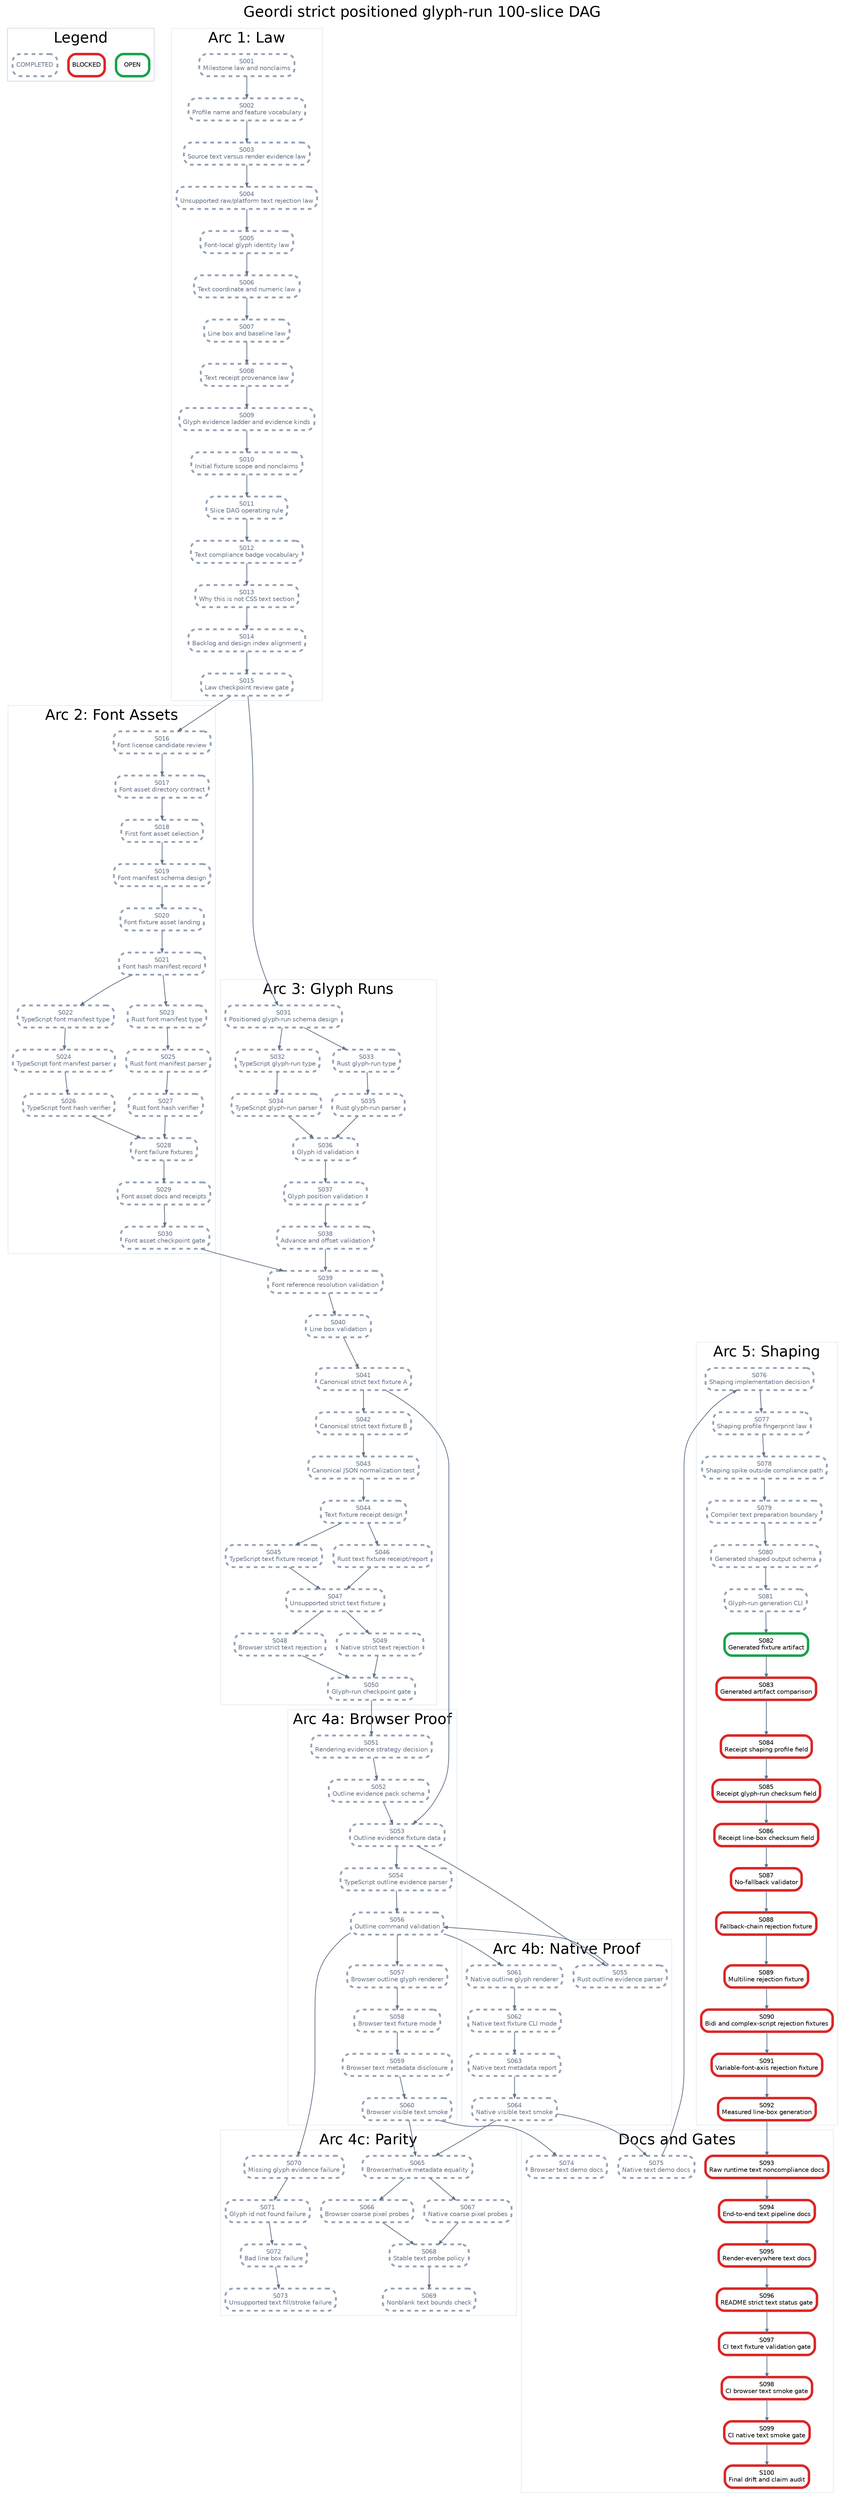
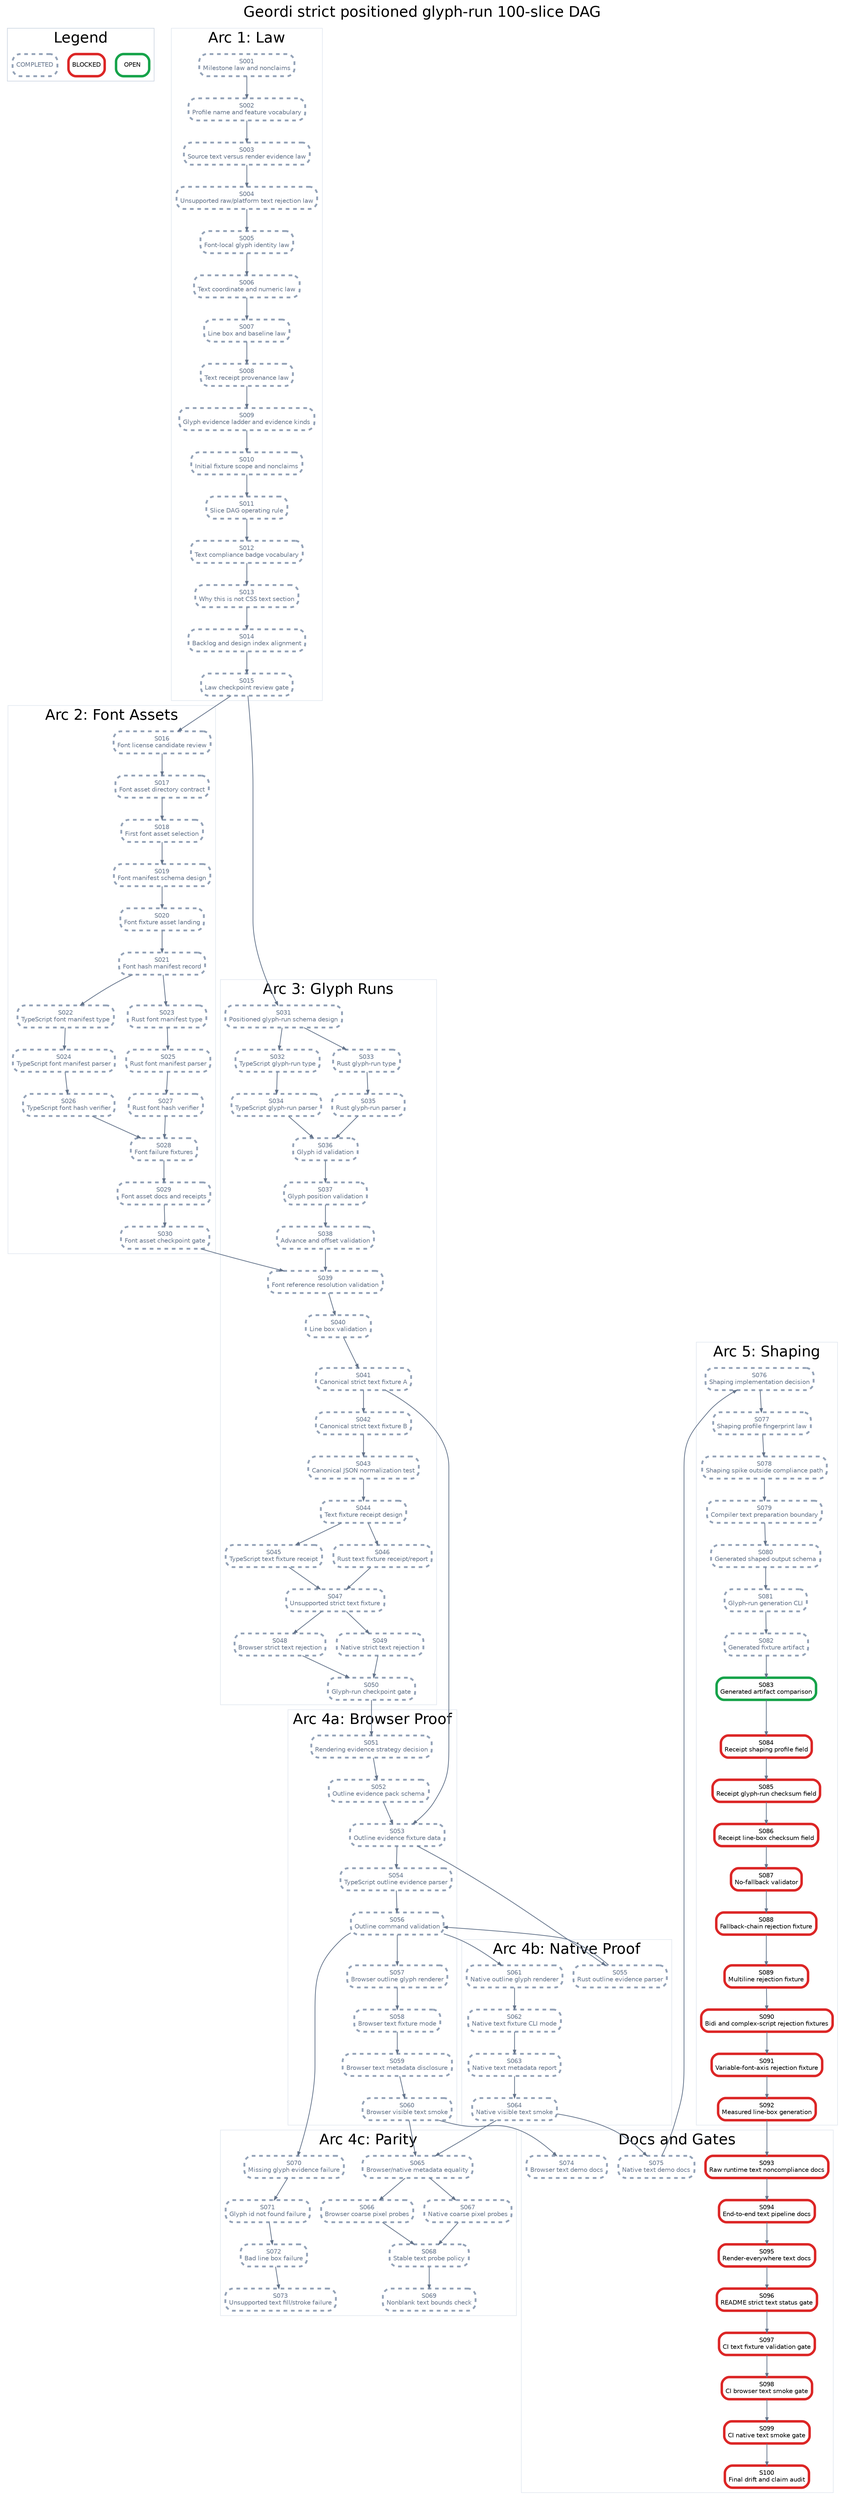
digraph StrictPositionedGlyphRunPlan {
  graph [rankdir=TB, bgcolor="white", fontname="Helvetica", label="Geordi strict positioned glyph-run 100-slice DAG", labelloc="t", fontsize=24];
  node [shape=box, style="rounded,filled", fillcolor="white", fontname="Helvetica", fontsize=10, margin="0.08,0.05"];
  edge [color="#64748b", arrowsize=0.6, penwidth=1.2];

  subgraph cluster_legend {
    label="Legend";
    color="#cbd5e1";
    legend_open [label="OPEN", color="#16a34a", penwidth=4];
    legend_blocked [label="BLOCKED", color="#dc2626", penwidth=4];
    legend_done [label="COMPLETED", color="#94a3b8", penwidth=3, style="rounded,filled,dashed", fontcolor="#64748b"];
  }

  subgraph cluster_law {
    label="Arc 1: Law";
    color="#e2e8f0";
    S001 [label="S001\nMilestone law and nonclaims", color="#94a3b8", penwidth=3, style="rounded,filled,dashed", fontcolor="#64748b"];
    S002 [label="S002\nProfile name and feature vocabulary", color="#94a3b8", penwidth=3, style="rounded,filled,dashed", fontcolor="#64748b"];
    S003 [label="S003\nSource text versus render evidence law", color="#94a3b8", penwidth=3, style="rounded,filled,dashed", fontcolor="#64748b"];
    S004 [label="S004\nUnsupported raw/platform text rejection law", color="#94a3b8", penwidth=3, style="rounded,filled,dashed", fontcolor="#64748b"];
    S005 [label="S005\nFont-local glyph identity law", color="#94a3b8", penwidth=3, style="rounded,filled,dashed", fontcolor="#64748b"];
    S006 [label="S006\nText coordinate and numeric law", color="#94a3b8", penwidth=3, style="rounded,filled,dashed", fontcolor="#64748b"];
    S007 [label="S007\nLine box and baseline law", color="#94a3b8", penwidth=3, style="rounded,filled,dashed", fontcolor="#64748b"];
    S008 [label="S008\nText receipt provenance law", color="#94a3b8", penwidth=3, style="rounded,filled,dashed", fontcolor="#64748b"];
    S009 [label="S009\nGlyph evidence ladder and evidence kinds", color="#94a3b8", penwidth=3, style="rounded,filled,dashed", fontcolor="#64748b"];
    S010 [label="S010\nInitial fixture scope and nonclaims", color="#94a3b8", penwidth=3, style="rounded,filled,dashed", fontcolor="#64748b"];
    S011 [label="S011\nSlice DAG operating rule", color="#94a3b8", penwidth=3, style="rounded,filled,dashed", fontcolor="#64748b"];
    S012 [label="S012\nText compliance badge vocabulary", color="#94a3b8", penwidth=3, style="rounded,filled,dashed", fontcolor="#64748b"];
    S013 [label="S013\nWhy this is not CSS text section", color="#94a3b8", penwidth=3, style="rounded,filled,dashed", fontcolor="#64748b"];
    S014 [label="S014\nBacklog and design index alignment", color="#94a3b8", penwidth=3, style="rounded,filled,dashed", fontcolor="#64748b"];
    S015 [label="S015\nLaw checkpoint review gate", color="#94a3b8", penwidth=3, style="rounded,filled,dashed", fontcolor="#64748b"];
  }

  subgraph cluster_assets {
    label="Arc 2: Font Assets";
    color="#e2e8f0";
    S016 [label="S016\nFont license candidate review", color="#94a3b8", penwidth=3, style="rounded,filled,dashed", fontcolor="#64748b"];
    S017 [label="S017\nFont asset directory contract", color="#94a3b8", penwidth=3, style="rounded,filled,dashed", fontcolor="#64748b"];
    S018 [label="S018\nFirst font asset selection", color="#94a3b8", penwidth=3, style="rounded,filled,dashed", fontcolor="#64748b"];
    S019 [label="S019\nFont manifest schema design", color="#94a3b8", penwidth=3, style="rounded,filled,dashed", fontcolor="#64748b"];
    S020 [label="S020\nFont fixture asset landing", color="#94a3b8", penwidth=3, style="rounded,filled,dashed", fontcolor="#64748b"];
    S021 [label="S021\nFont hash manifest record", color="#94a3b8", penwidth=3, style="rounded,filled,dashed", fontcolor="#64748b"];
    S022 [label="S022\nTypeScript font manifest type", color="#94a3b8", penwidth=3, style="rounded,filled,dashed", fontcolor="#64748b"];
    S023 [label="S023\nRust font manifest type", color="#94a3b8", penwidth=3, style="rounded,filled,dashed", fontcolor="#64748b"];
    S024 [label="S024\nTypeScript font manifest parser", color="#94a3b8", penwidth=3, style="rounded,filled,dashed", fontcolor="#64748b"];
    S025 [label="S025\nRust font manifest parser", color="#94a3b8", penwidth=3, style="rounded,filled,dashed", fontcolor="#64748b"];
    S026 [label="S026\nTypeScript font hash verifier", color="#94a3b8", penwidth=3, style="rounded,filled,dashed", fontcolor="#64748b"];
    S027 [label="S027\nRust font hash verifier", color="#94a3b8", penwidth=3, style="rounded,filled,dashed", fontcolor="#64748b"];
    S028 [label="S028\nFont failure fixtures", color="#94a3b8", penwidth=3, style="rounded,filled,dashed", fontcolor="#64748b"];
    S029 [label="S029\nFont asset docs and receipts", color="#94a3b8", penwidth=3, style="rounded,filled,dashed", fontcolor="#64748b"];
    S030 [label="S030\nFont asset checkpoint gate", color="#94a3b8", penwidth=3, style="rounded,filled,dashed", fontcolor="#64748b"];
  }

  subgraph cluster_glyph {
    label="Arc 3: Glyph Runs";
    color="#e2e8f0";
    S031 [label="S031\nPositioned glyph-run schema design", color="#94a3b8", penwidth=3, style="rounded,filled,dashed", fontcolor="#64748b"];
    S032 [label="S032\nTypeScript glyph-run type", color="#94a3b8", penwidth=3, style="rounded,filled,dashed", fontcolor="#64748b"];
    S033 [label="S033\nRust glyph-run type", color="#94a3b8", penwidth=3, style="rounded,filled,dashed", fontcolor="#64748b"];
    S034 [label="S034\nTypeScript glyph-run parser", color="#94a3b8", penwidth=3, style="rounded,filled,dashed", fontcolor="#64748b"];
    S035 [label="S035\nRust glyph-run parser", color="#94a3b8", penwidth=3, style="rounded,filled,dashed", fontcolor="#64748b"];
    S036 [label="S036\nGlyph id validation", color="#94a3b8", penwidth=3, style="rounded,filled,dashed", fontcolor="#64748b"];
    S037 [label="S037\nGlyph position validation", color="#94a3b8", penwidth=3, style="rounded,filled,dashed", fontcolor="#64748b"];
    S038 [label="S038\nAdvance and offset validation", color="#94a3b8", penwidth=3, style="rounded,filled,dashed", fontcolor="#64748b"];
    S039 [label="S039\nFont reference resolution validation", color="#94a3b8", penwidth=3, style="rounded,filled,dashed", fontcolor="#64748b"];
    S040 [label="S040\nLine box validation", color="#94a3b8", penwidth=3, style="rounded,filled,dashed", fontcolor="#64748b"];
    S041 [label="S041\nCanonical strict text fixture A", color="#94a3b8", penwidth=3, style="rounded,filled,dashed", fontcolor="#64748b"];
    S042 [label="S042\nCanonical strict text fixture B", color="#94a3b8", penwidth=3, style="rounded,filled,dashed", fontcolor="#64748b"];
    S043 [label="S043\nCanonical JSON normalization test", color="#94a3b8", penwidth=3, style="rounded,filled,dashed", fontcolor="#64748b"];
    S044 [label="S044\nText fixture receipt design", color="#94a3b8", penwidth=3, style="rounded,filled,dashed", fontcolor="#64748b"];
    S045 [label="S045\nTypeScript text fixture receipt", color="#94a3b8", penwidth=3, style="rounded,filled,dashed", fontcolor="#64748b"];
    S046 [label="S046\nRust text fixture receipt/report", color="#94a3b8", penwidth=3, style="rounded,filled,dashed", fontcolor="#64748b"];
    S047 [label="S047\nUnsupported strict text fixture", color="#94a3b8", penwidth=3, style="rounded,filled,dashed", fontcolor="#64748b"];
    S048 [label="S048\nBrowser strict text rejection", color="#94a3b8", penwidth=3, style="rounded,filled,dashed", fontcolor="#64748b"];
    S049 [label="S049\nNative strict text rejection", color="#94a3b8", penwidth=3, style="rounded,filled,dashed", fontcolor="#64748b"];
    S050 [label="S050\nGlyph-run checkpoint gate", color="#94a3b8", penwidth=3, style="rounded,filled,dashed", fontcolor="#64748b"];
  }

  subgraph cluster_browser {
    label="Arc 4a: Browser Proof";
    color="#e2e8f0";
    S051 [label="S051\nRendering evidence strategy decision", color="#94a3b8", penwidth=3, style="rounded,filled,dashed", fontcolor="#64748b"];
    S052 [label="S052\nOutline evidence pack schema", color="#94a3b8", penwidth=3, style="rounded,filled,dashed", fontcolor="#64748b"];
    S053 [label="S053\nOutline evidence fixture data", color="#94a3b8", penwidth=3, style="rounded,filled,dashed", fontcolor="#64748b"];
    S054 [label="S054\nTypeScript outline evidence parser", color="#94a3b8", penwidth=3, style="rounded,filled,dashed", fontcolor="#64748b"];
    S056 [label="S056\nOutline command validation", color="#94a3b8", penwidth=3, style="rounded,filled,dashed", fontcolor="#64748b"];
    S057 [label="S057\nBrowser outline glyph renderer", color="#94a3b8", penwidth=3, style="rounded,filled,dashed", fontcolor="#64748b"];
    S058 [label="S058\nBrowser text fixture mode", color="#94a3b8", penwidth=3, style="rounded,filled,dashed", fontcolor="#64748b"];
    S059 [label="S059\nBrowser text metadata disclosure", color="#94a3b8", penwidth=3, style="rounded,filled,dashed", fontcolor="#64748b"];
    S060 [label="S060\nBrowser visible text smoke", color="#94a3b8", penwidth=3, style="rounded,filled,dashed", fontcolor="#64748b"];
  }

  subgraph cluster_native {
    label="Arc 4b: Native Proof";
    color="#e2e8f0";
    S055 [label="S055\nRust outline evidence parser", color="#94a3b8", penwidth=3, style="rounded,filled,dashed", fontcolor="#64748b"];
    S061 [label="S061\nNative outline glyph renderer", color="#94a3b8", penwidth=3, style="rounded,filled,dashed", fontcolor="#64748b"];
    S062 [label="S062\nNative text fixture CLI mode", color="#94a3b8", penwidth=3, style="rounded,filled,dashed", fontcolor="#64748b"];
    S063 [label="S063\nNative text metadata report", color="#94a3b8", penwidth=3, style="rounded,filled,dashed", fontcolor="#64748b"];
    S064 [label="S064\nNative visible text smoke", color="#94a3b8", penwidth=3, style="rounded,filled,dashed", fontcolor="#64748b"];
  }

  subgraph cluster_parity {
    label="Arc 4c: Parity";
    color="#e2e8f0";
    S065 [label="S065\nBrowser/native metadata equality", color="#94a3b8", penwidth=3, style="rounded,filled,dashed", fontcolor="#64748b"];
    S066 [label="S066\nBrowser coarse pixel probes", color="#94a3b8", penwidth=3, style="rounded,filled,dashed", fontcolor="#64748b"];
    S067 [label="S067\nNative coarse pixel probes", color="#94a3b8", penwidth=3, style="rounded,filled,dashed", fontcolor="#64748b"];
    S068 [label="S068\nStable text probe policy", color="#94a3b8", penwidth=3, style="rounded,filled,dashed", fontcolor="#64748b"];
    S069 [label="S069\nNonblank text bounds check", color="#94a3b8", penwidth=3, style="rounded,filled,dashed", fontcolor="#64748b"];
    S070 [label="S070\nMissing glyph evidence failure", color="#94a3b8", penwidth=3, style="rounded,filled,dashed", fontcolor="#64748b"];
    S071 [label="S071\nGlyph id not found failure", color="#94a3b8", penwidth=3, style="rounded,filled,dashed", fontcolor="#64748b"];
    S072 [label="S072\nBad line box failure", color="#94a3b8", penwidth=3, style="rounded,filled,dashed", fontcolor="#64748b"];
    S073 [label="S073\nUnsupported text fill/stroke failure", color="#94a3b8", penwidth=3, style="rounded,filled,dashed", fontcolor="#64748b"];
  }

  subgraph cluster_shaping {
    label="Arc 5: Shaping";
    color="#e2e8f0";
    S076 [label="S076\nShaping implementation decision", color="#94a3b8", penwidth=3, style="rounded,filled,dashed", fontcolor="#64748b"];
    S077 [label="S077\nShaping profile fingerprint law", color="#94a3b8", penwidth=3, style="rounded,filled,dashed", fontcolor="#64748b"];
    S078 [label="S078\nShaping spike outside compliance path", color="#94a3b8", penwidth=3, style="rounded,filled,dashed", fontcolor="#64748b"];
    S079 [label="S079\nCompiler text preparation boundary", color="#94a3b8", penwidth=3, style="rounded,filled,dashed", fontcolor="#64748b"];
    S080 [label="S080\nGenerated shaped output schema", color="#94a3b8", penwidth=3, style="rounded,filled,dashed", fontcolor="#64748b"];
    S081 [label="S081\nGlyph-run generation CLI", color="#94a3b8", penwidth=3, style="rounded,filled,dashed", fontcolor="#64748b"];
-     S082 [label="S082\nGenerated fixture artifact", color="#16a34a", penwidth=4];
-     S083 [label="S083\nGenerated artifact comparison", color="#dc2626", penwidth=4];
+     S082 [label="S082\nGenerated fixture artifact", color="#94a3b8", penwidth=3, style="rounded,filled,dashed", fontcolor="#64748b"];
+     S083 [label="S083\nGenerated artifact comparison", color="#16a34a", penwidth=4];
    S084 [label="S084\nReceipt shaping profile field", color="#dc2626", penwidth=4];
    S085 [label="S085\nReceipt glyph-run checksum field", color="#dc2626", penwidth=4];
    S086 [label="S086\nReceipt line-box checksum field", color="#dc2626", penwidth=4];
    S087 [label="S087\nNo-fallback validator", color="#dc2626", penwidth=4];
    S088 [label="S088\nFallback-chain rejection fixture", color="#dc2626", penwidth=4];
    S089 [label="S089\nMultiline rejection fixture", color="#dc2626", penwidth=4];
    S090 [label="S090\nBidi and complex-script rejection fixtures", color="#dc2626", penwidth=4];
    S091 [label="S091\nVariable-font-axis rejection fixture", color="#dc2626", penwidth=4];
    S092 [label="S092\nMeasured line-box generation", color="#dc2626", penwidth=4];
  }

  subgraph cluster_docs {
    label="Docs and Gates";
    color="#e2e8f0";
    S074 [label="S074\nBrowser text demo docs", color="#94a3b8", penwidth=3, style="rounded,filled,dashed", fontcolor="#64748b"];
    S075 [label="S075\nNative text demo docs", color="#94a3b8", penwidth=3, style="rounded,filled,dashed", fontcolor="#64748b"];
    S093 [label="S093\nRaw runtime text noncompliance docs", color="#dc2626", penwidth=4];
    S094 [label="S094\nEnd-to-end text pipeline docs", color="#dc2626", penwidth=4];
    S095 [label="S095\nRender-everywhere text docs", color="#dc2626", penwidth=4];
    S096 [label="S096\nREADME strict text status gate", color="#dc2626", penwidth=4];
    S097 [label="S097\nCI text fixture validation gate", color="#dc2626", penwidth=4];
    S098 [label="S098\nCI browser text smoke gate", color="#dc2626", penwidth=4];
    S099 [label="S099\nCI native text smoke gate", color="#dc2626", penwidth=4];
    S100 [label="S100\nFinal drift and claim audit", color="#dc2626", penwidth=4];
  }

  S001 -> S002;
  S002 -> S003;
  S003 -> S004;
  S004 -> S005;
  S005 -> S006;
  S006 -> S007;
  S007 -> S008;
  S008 -> S009;
  S009 -> S010;
  S010 -> S011;
  S011 -> S012;
  S012 -> S013;
  S013 -> S014;
  S014 -> S015;
  S015 -> S016;
  S016 -> S017;
  S017 -> S018;
  S018 -> S019;
  S019 -> S020;
  S020 -> S021;
  S021 -> S022;
  S021 -> S023;
  S022 -> S024;
  S023 -> S025;
  S024 -> S026;
  S025 -> S027;
  S026 -> S028;
  S027 -> S028;
  S028 -> S029;
  S029 -> S030;
  S015 -> S031;
  S031 -> S032;
  S031 -> S033;
  S032 -> S034;
  S033 -> S035;
  S034 -> S036;
  S035 -> S036;
  S036 -> S037;
  S037 -> S038;
  S038 -> S039;
  S039 -> S040;
  S030 -> S039;
  S040 -> S041;
  S041 -> S042;
  S042 -> S043;
  S043 -> S044;
  S044 -> S045;
  S044 -> S046;
  S045 -> S047;
  S046 -> S047;
  S047 -> S048;
  S047 -> S049;
  S048 -> S050;
  S049 -> S050;
  S050 -> S051;
  S051 -> S052;
  S052 -> S053;
  S041 -> S053;
  S053 -> S054;
  S053 -> S055;
  S054 -> S056;
  S055 -> S056;
  S056 -> S057;
  S057 -> S058;
  S058 -> S059;
  S059 -> S060;
  S056 -> S061;
  S061 -> S062;
  S062 -> S063;
  S063 -> S064;
  S060 -> S065;
  S064 -> S065;
  S065 -> S066;
  S065 -> S067;
  S066 -> S068;
  S067 -> S068;
  S068 -> S069;
  S056 -> S070;
  S070 -> S071;
  S071 -> S072;
  S072 -> S073;
  S060 -> S074;
  S064 -> S075;
  S075 -> S076;
  S076 -> S077;
  S077 -> S078;
  S078 -> S079;
  S079 -> S080;
  S080 -> S081;
  S081 -> S082;
  S082 -> S083;
  S083 -> S084;
  S084 -> S085;
  S085 -> S086;
  S086 -> S087;
  S087 -> S088;
  S088 -> S089;
  S089 -> S090;
  S090 -> S091;
  S091 -> S092;
  S092 -> S093;
  S093 -> S094;
  S094 -> S095;
  S095 -> S096;
  S096 -> S097;
  S097 -> S098;
  S098 -> S099;
  S099 -> S100;
}
